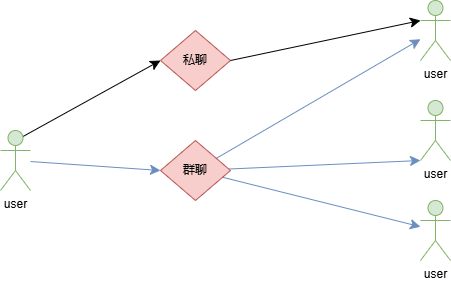
calmthinke/notePic keeps this draw.io diagram as 聊天室.drawio.png. Above is the earlier version. Source tidied: cells renumbered, new cells last; positions are measured from the earlier drawing's top-left corner, leaving out a move shared by most shapes. Source of this version:
```xml
<mxGraphModel>
  <root>
    <mxCell id="0" />
    <mxCell id="1" parent="0" />
    <mxCell id="2" style="edgeStyle=none;curved=1;rounded=0;jettySize=auto;html=1;exitX=0.75;exitY=0.1;exitDx=0;exitDy=0;exitPerimeter=0;entryX=0;entryY=0.5;entryDx=0;entryDy=0;fontSize=12;startSize=8;endSize=8;" parent="1" edge="1" source="4" target="8">
      <mxGeometry relative="1" as="geometry" />
    </mxCell>
    <mxCell id="3" style="edgeStyle=none;curved=1;rounded=0;jettySize=auto;html=1;entryX=0;entryY=0.5;entryDx=0;entryDy=0;fontSize=12;startSize=8;endSize=8;fillColor=#dae8fc;strokeColor=#6c8ebf;" parent="1" edge="1" source="4" target="11">
      <mxGeometry relative="1" as="geometry" />
    </mxCell>
    <mxCell id="4" value="user" style="shape=umlActor;verticalLabelPosition=bottom;verticalAlign=top;html=1;fillColor=#d5e8d4;strokeColor=#82b366;" parent="1" vertex="1">
      <mxGeometry y="130" width="30" height="60" as="geometry" />
    </mxCell>
    <mxCell id="5" value="user" style="shape=umlActor;verticalLabelPosition=bottom;verticalAlign=top;html=1;fillColor=#d5e8d4;strokeColor=#82b366;" parent="1" vertex="1">
      <mxGeometry x="420" width="30" height="60" as="geometry" />
    </mxCell>
    <mxCell id="6" value="user" style="shape=umlActor;verticalLabelPosition=bottom;verticalAlign=top;html=1;fillColor=#d5e8d4;strokeColor=#82b366;" parent="1" vertex="1">
      <mxGeometry x="420" y="100" width="30" height="60" as="geometry" />
    </mxCell>
    <mxCell id="7" value="user" style="shape=umlActor;verticalLabelPosition=bottom;verticalAlign=top;html=1;fillColor=#d5e8d4;strokeColor=#82b366;" parent="1" vertex="1">
      <mxGeometry x="420" y="200" width="30" height="60" as="geometry" />
    </mxCell>
    <mxCell id="8" value="私聊" style="rhombus;whiteSpace=wrap;html=1;fillColor=#f8cecc;strokeColor=#b85450;" parent="1" vertex="1">
      <mxGeometry x="160" y="30" width="70" height="60" as="geometry" />
    </mxCell>
    <mxCell id="9" style="edgeStyle=none;curved=1;rounded=0;jettySize=auto;html=1;fontSize=12;startSize=8;endSize=8;fillColor=#dae8fc;strokeColor=#6c8ebf;" parent="1" edge="1" source="11" target="7">
      <mxGeometry relative="1" as="geometry" />
    </mxCell>
    <mxCell id="10" style="edgeStyle=none;curved=1;rounded=0;jettySize=auto;html=1;fontSize=12;startSize=8;endSize=8;fillColor=#dae8fc;strokeColor=#6c8ebf;" parent="1" edge="1" source="11" target="5">
      <mxGeometry relative="1" as="geometry" />
    </mxCell>
    <mxCell id="11" value="群聊" style="rhombus;whiteSpace=wrap;html=1;fillColor=#f8cecc;strokeColor=#b85450;" parent="1" vertex="1">
      <mxGeometry x="160" y="140" width="70" height="60" as="geometry" />
    </mxCell>
    <mxCell id="12" style="edgeStyle=none;curved=1;rounded=0;jettySize=auto;html=1;exitX=1;exitY=0.5;exitDx=0;exitDy=0;entryX=0;entryY=0.3333333333333333;entryDx=0;entryDy=0;entryPerimeter=0;fontSize=12;startSize=8;endSize=8;" parent="1" edge="1" source="8" target="5">
      <mxGeometry relative="1" as="geometry" />
    </mxCell>
    <mxCell id="13" style="edgeStyle=none;curved=1;rounded=0;jettySize=auto;html=1;entryX=0;entryY=1;entryDx=0;entryDy=0;entryPerimeter=0;fontSize=12;startSize=8;endSize=8;fillColor=#dae8fc;strokeColor=#6c8ebf;" parent="1" edge="1" source="11" target="6">
      <mxGeometry relative="1" as="geometry" />
    </mxCell>
  </root>
</mxGraphModel>
```
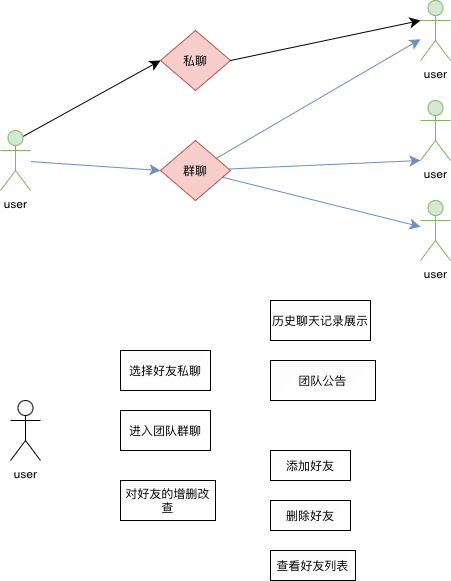
Above is the later version.

Commit message:
更新聊天室.drawio.png

Change to the diagram source:
```diff
@@ -2,6 +2,9 @@
   <root>
     <mxCell id="0" />
     <mxCell id="1" parent="0" />
+    <mxCell id="14" value="删除好友" style="whiteSpace=wrap;html=1;" parent="1" vertex="1">
+      <mxGeometry x="270" y="500" width="80" height="30" as="geometry" />
+    </mxCell>
     <mxCell id="2" style="edgeStyle=none;curved=1;rounded=0;jettySize=auto;html=1;exitX=0.75;exitY=0.1;exitDx=0;exitDy=0;exitPerimeter=0;entryX=0;entryY=0.5;entryDx=0;entryDy=0;fontSize=12;startSize=8;endSize=8;" parent="1" edge="1" source="4" target="8">
       <mxGeometry relative="1" as="geometry" />
     </mxCell>
@@ -38,5 +41,32 @@
     <mxCell id="13" style="edgeStyle=none;curved=1;rounded=0;jettySize=auto;html=1;entryX=0;entryY=1;entryDx=0;entryDy=0;entryPerimeter=0;fontSize=12;startSize=8;endSize=8;fillColor=#dae8fc;strokeColor=#6c8ebf;" parent="1" edge="1" source="11" target="6">
       <mxGeometry relative="1" as="geometry" />
     </mxCell>
+    <mxCell id="15" value="user" style="shape=umlActor;verticalLabelPosition=bottom;verticalAlign=top;html=1;" parent="1" vertex="1">
+      <mxGeometry x="10" y="400" width="30" height="60" as="geometry" />
+    </mxCell>
+    <mxCell id="16" value="选择好友私聊" style="whiteSpace=wrap;html=1;" parent="1" vertex="1">
+      <mxGeometry x="120" y="350" width="90" height="40" as="geometry" />
+    </mxCell>
+    <mxCell id="17" value="进入团队群聊" style="whiteSpace=wrap;html=1;" parent="1" vertex="1">
+      <mxGeometry x="120" y="410" width="90" height="40" as="geometry" />
+    </mxCell>
+    <mxCell id="18" value="查看好友列表" style="whiteSpace=wrap;html=1;" parent="1" vertex="1">
+      <mxGeometry x="270" y="550" width="85" height="30" as="geometry" />
+    </mxCell>
+    <mxCell id="19" value="对好友的增删改查" style="whiteSpace=wrap;html=1;" parent="1" vertex="1">
+      <mxGeometry x="120" y="480" width="95" height="40" as="geometry" />
+    </mxCell>
+    <mxCell id="20" value="添加好友" style="whiteSpace=wrap;html=1;" parent="1" vertex="1">
+      <mxGeometry x="270" y="450" width="80" height="30" as="geometry" />
+    </mxCell>
+    <mxCell id="21" value="历史聊天记录展示" style="whiteSpace=wrap;html=1;" parent="1" vertex="1">
+      <mxGeometry x="270" y="300" width="100" height="40" as="geometry" />
+    </mxCell>
+    <mxCell id="22" style="edgeStyle=none;curved=1;rounded=0;orthogonalLoop=1;jettySize=auto;html=1;entryX=1;entryY=0.25;entryDx=0;entryDy=0;fontSize=12;startSize=8;endSize=8;" parent="1" edge="1" source="19" target="19">
+      <mxGeometry relative="1" as="geometry" />
+    </mxCell>
+    <mxCell id="23" value="团队公告" style="whiteSpace=wrap;html=1;" parent="1" vertex="1">
+      <mxGeometry x="270" y="360" width="105" height="40" as="geometry" />
+    </mxCell>
   </root>
 </mxGraphModel>
```
